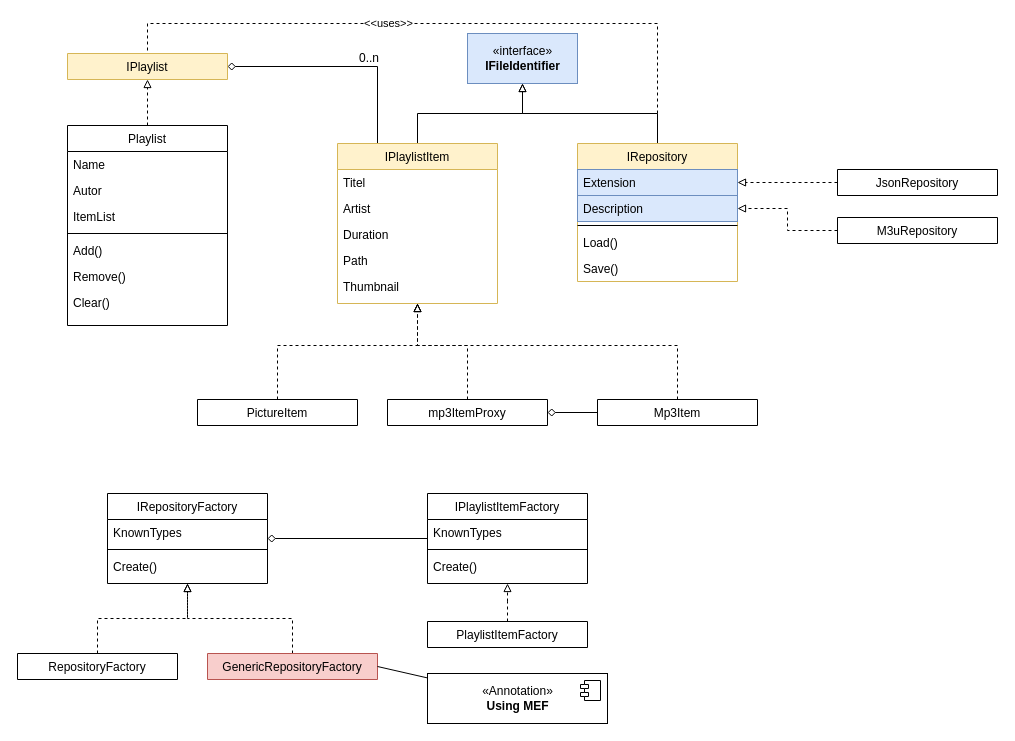
Before: page "SolutionClasses" (2 of 4) of docs/playlist-editor-concept.drawio in atillakati/sw_developer_2021_Trainer, a draw.io diagram. Source tidied: cells renumbered, new cells numbered last; positions are measured from the earlier drawing's top-left corner, leaving out a move shared by most shapes. Both pictures are drawn from the tidied source at 100%, with x=0, y=0 at pixel (17, 23).
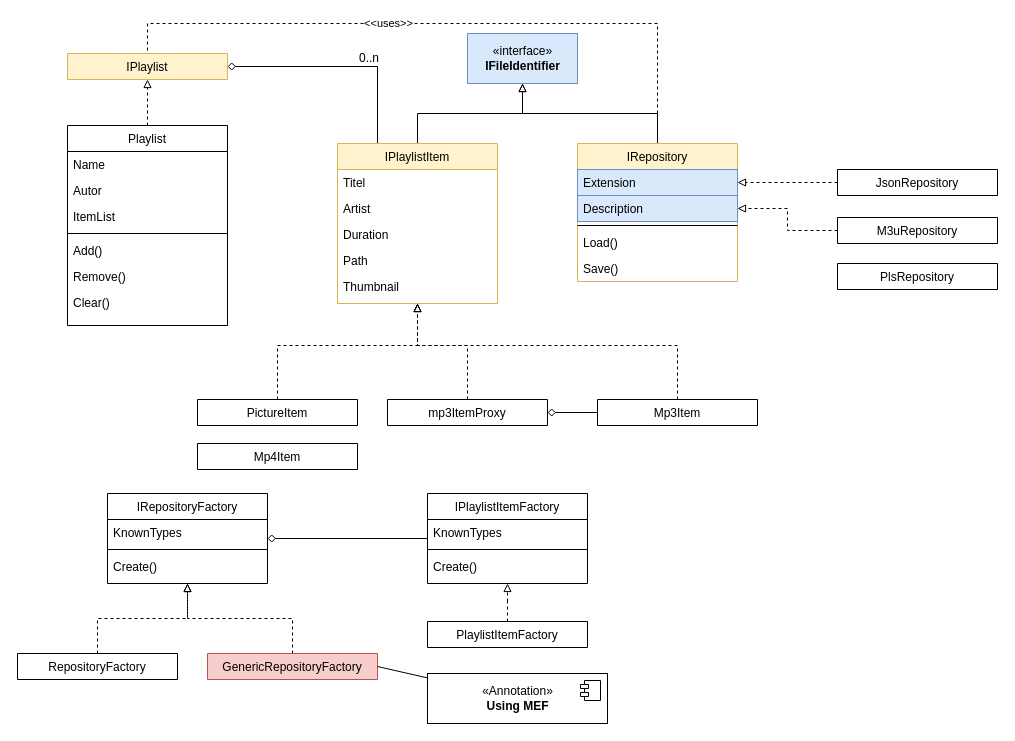
After the change.

What changed in the source:
```diff
@@
+    <mxCell id="59" value="Mp4Item" style="swimlane;fontStyle=0;align=center;verticalAlign=top;horizontal=1;startSize=26;rounded=0;shadow=0;strokeWidth=1;" parent="1" vertex="1" collapsed="1">
+      <mxGeometry x="180" y="420" width="160" height="26" as="geometry" />
+    </mxCell>
+    <mxCell id="60" value="PlsRepository" style="swimlane;fontStyle=0;align=center;verticalAlign=top;horizontal=1;startSize=26;rounded=0;shadow=0;strokeWidth=1;" parent="1" vertex="1" collapsed="1">
+      <mxGeometry x="820" y="240" width="160" height="26" as="geometry" />
+    </mxCell>
```
